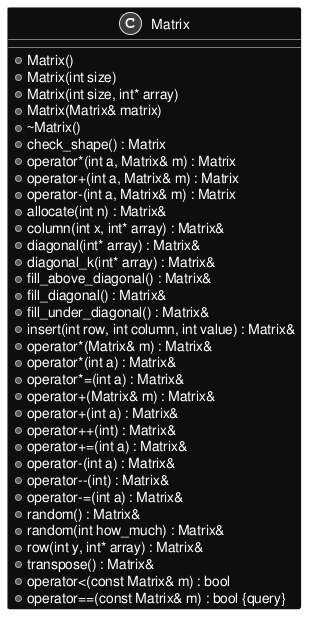
This is inline_umlgraph_1.png from MaciejWojs/Matrix, a PlantUML export, as it was before one commit.
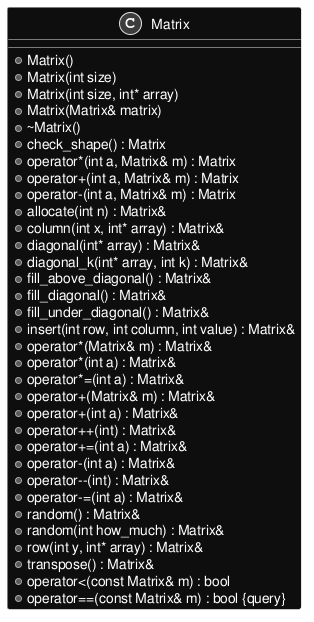
Above is the later version.

What changed in the source:
```diff
@@ -15,7 +15,7 @@
 +allocate(int n) : Matrix&
 +column(int x, int* array) : Matrix&
 +diagonal(int* array) : Matrix&
-+diagonal_k(int* array) : Matrix&
++diagonal_k(int* array, int k) : Matrix&
 +fill_above_diagonal() : Matrix&
 +fill_diagonal() : Matrix&
 +fill_under_diagonal() : Matrix&
```
